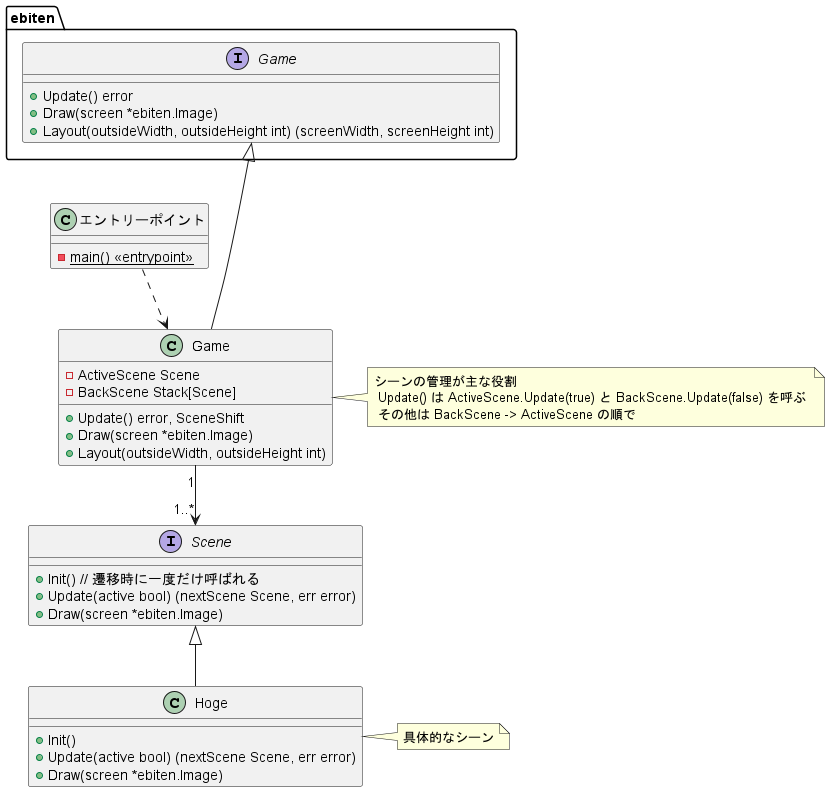
Above: Docs/game_class_diagram.png in kmc-jp/Gamedev_Tempura-of-p--Phenylazo-phenol (PlantUML), before the change. The source it was exported from:
```plantuml
@startuml game_class_diagram

package ebiten {
    interface ebiten.Game {
        + Update() error
        + Draw(screen *ebiten.Image)
        + Layout(outsideWidth, outsideHeight int) (screenWidth, screenHeight int)
    }
}

class "エントリーポイント" {
    - {static} main() <<entrypoint>>
}

class Game {
    - ActiveScene Scene
    - BackScene Stack[Scene]
    + Update() error, SceneShift
    + Draw(screen *ebiten.Image)
    + Layout(outsideWidth, outsideHeight int)
}
note right of Game : シーンの管理が主な役割 \n Update() は ActiveScene.Update(true) と BackScene.Update(false) を呼ぶ \n その他は BackScene -> ActiveScene の順で

interface Scene {
    + Init() // 遷移時に一度だけ呼ばれる
    + Update(active bool) (nextScene Scene, err error)
    + Draw(screen *ebiten.Image)
}

"エントリーポイント" ..> Game

Game -up--|> ebiten.Game
Game "1" --> "1..*" Scene

class Hoge {
    + Init()
    + Update(active bool) (nextScene Scene, err error)
    + Draw(screen *ebiten.Image)
}
note right of Hoge : 具体的なシーン

Hoge -up-|> Scene


@enduml
```
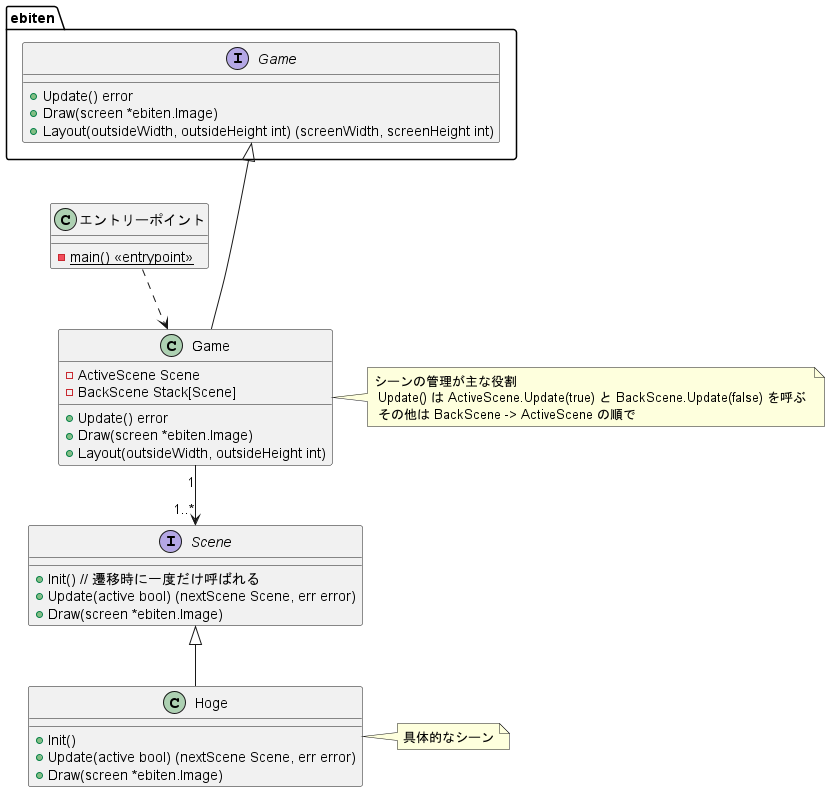
Later version of the same file.

Commit message:
Game 構造体が ebiten.Game に従ってなかったので修正

Diff of the diagram source:
```diff
@@ -15,7 +15,7 @@
 class Game {
     - ActiveScene Scene
     - BackScene Stack[Scene]
-    + Update() error, SceneShift
+    + Update() error
     + Draw(screen *ebiten.Image)
     + Layout(outsideWidth, outsideHeight int)
 }
```
